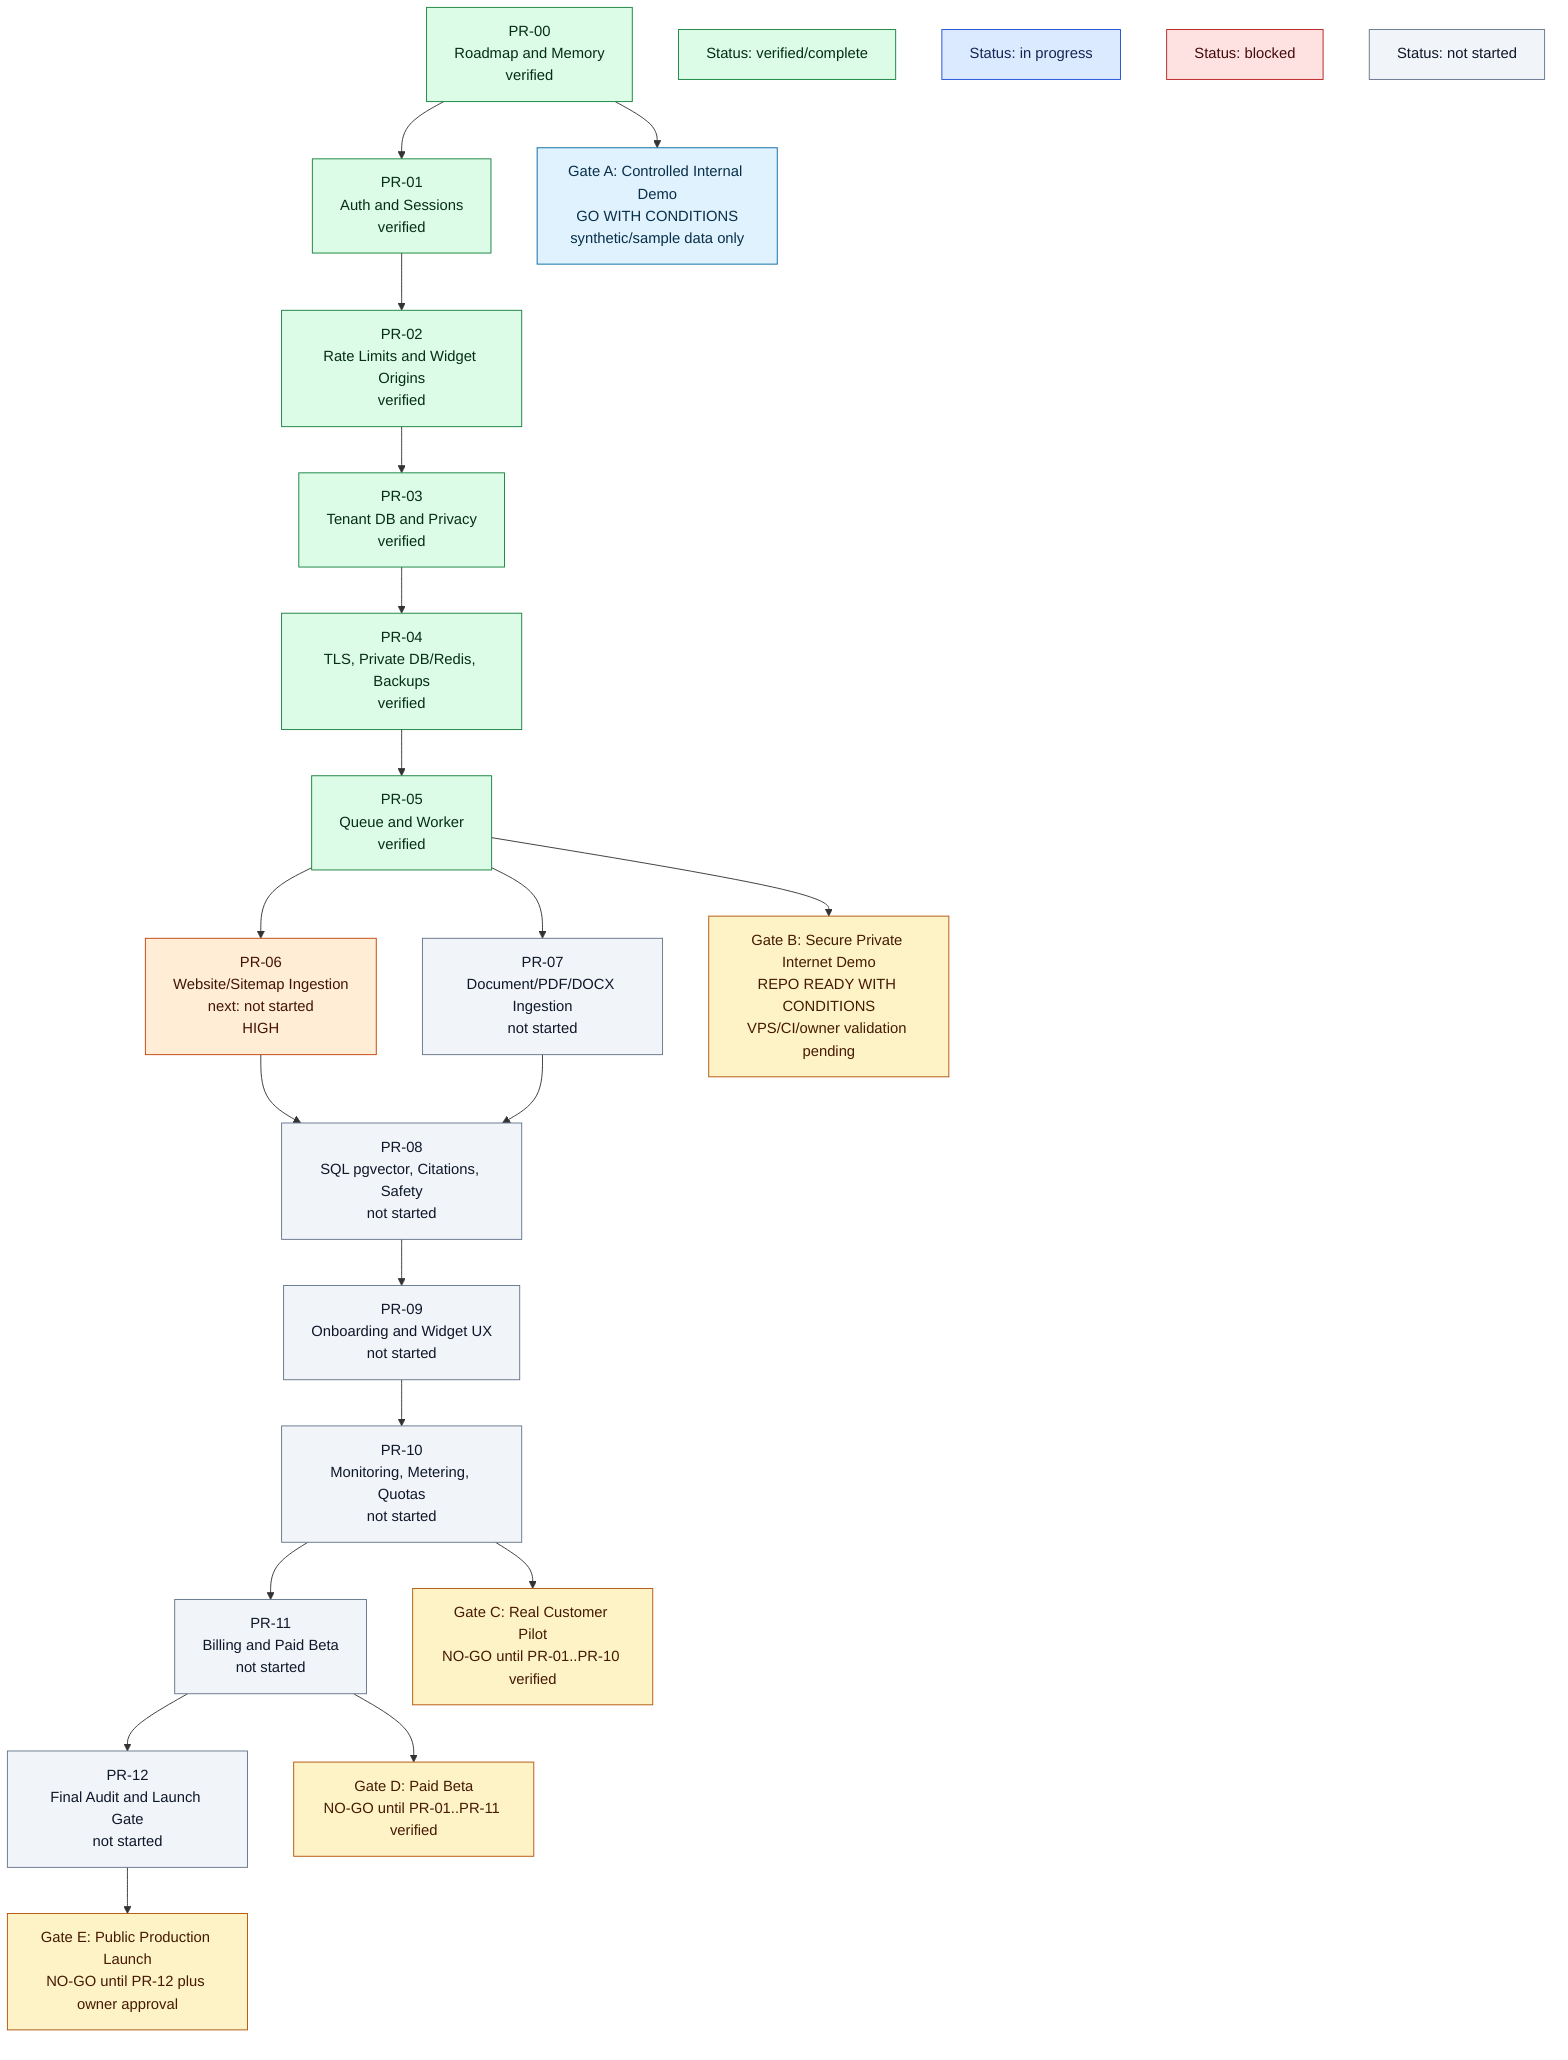
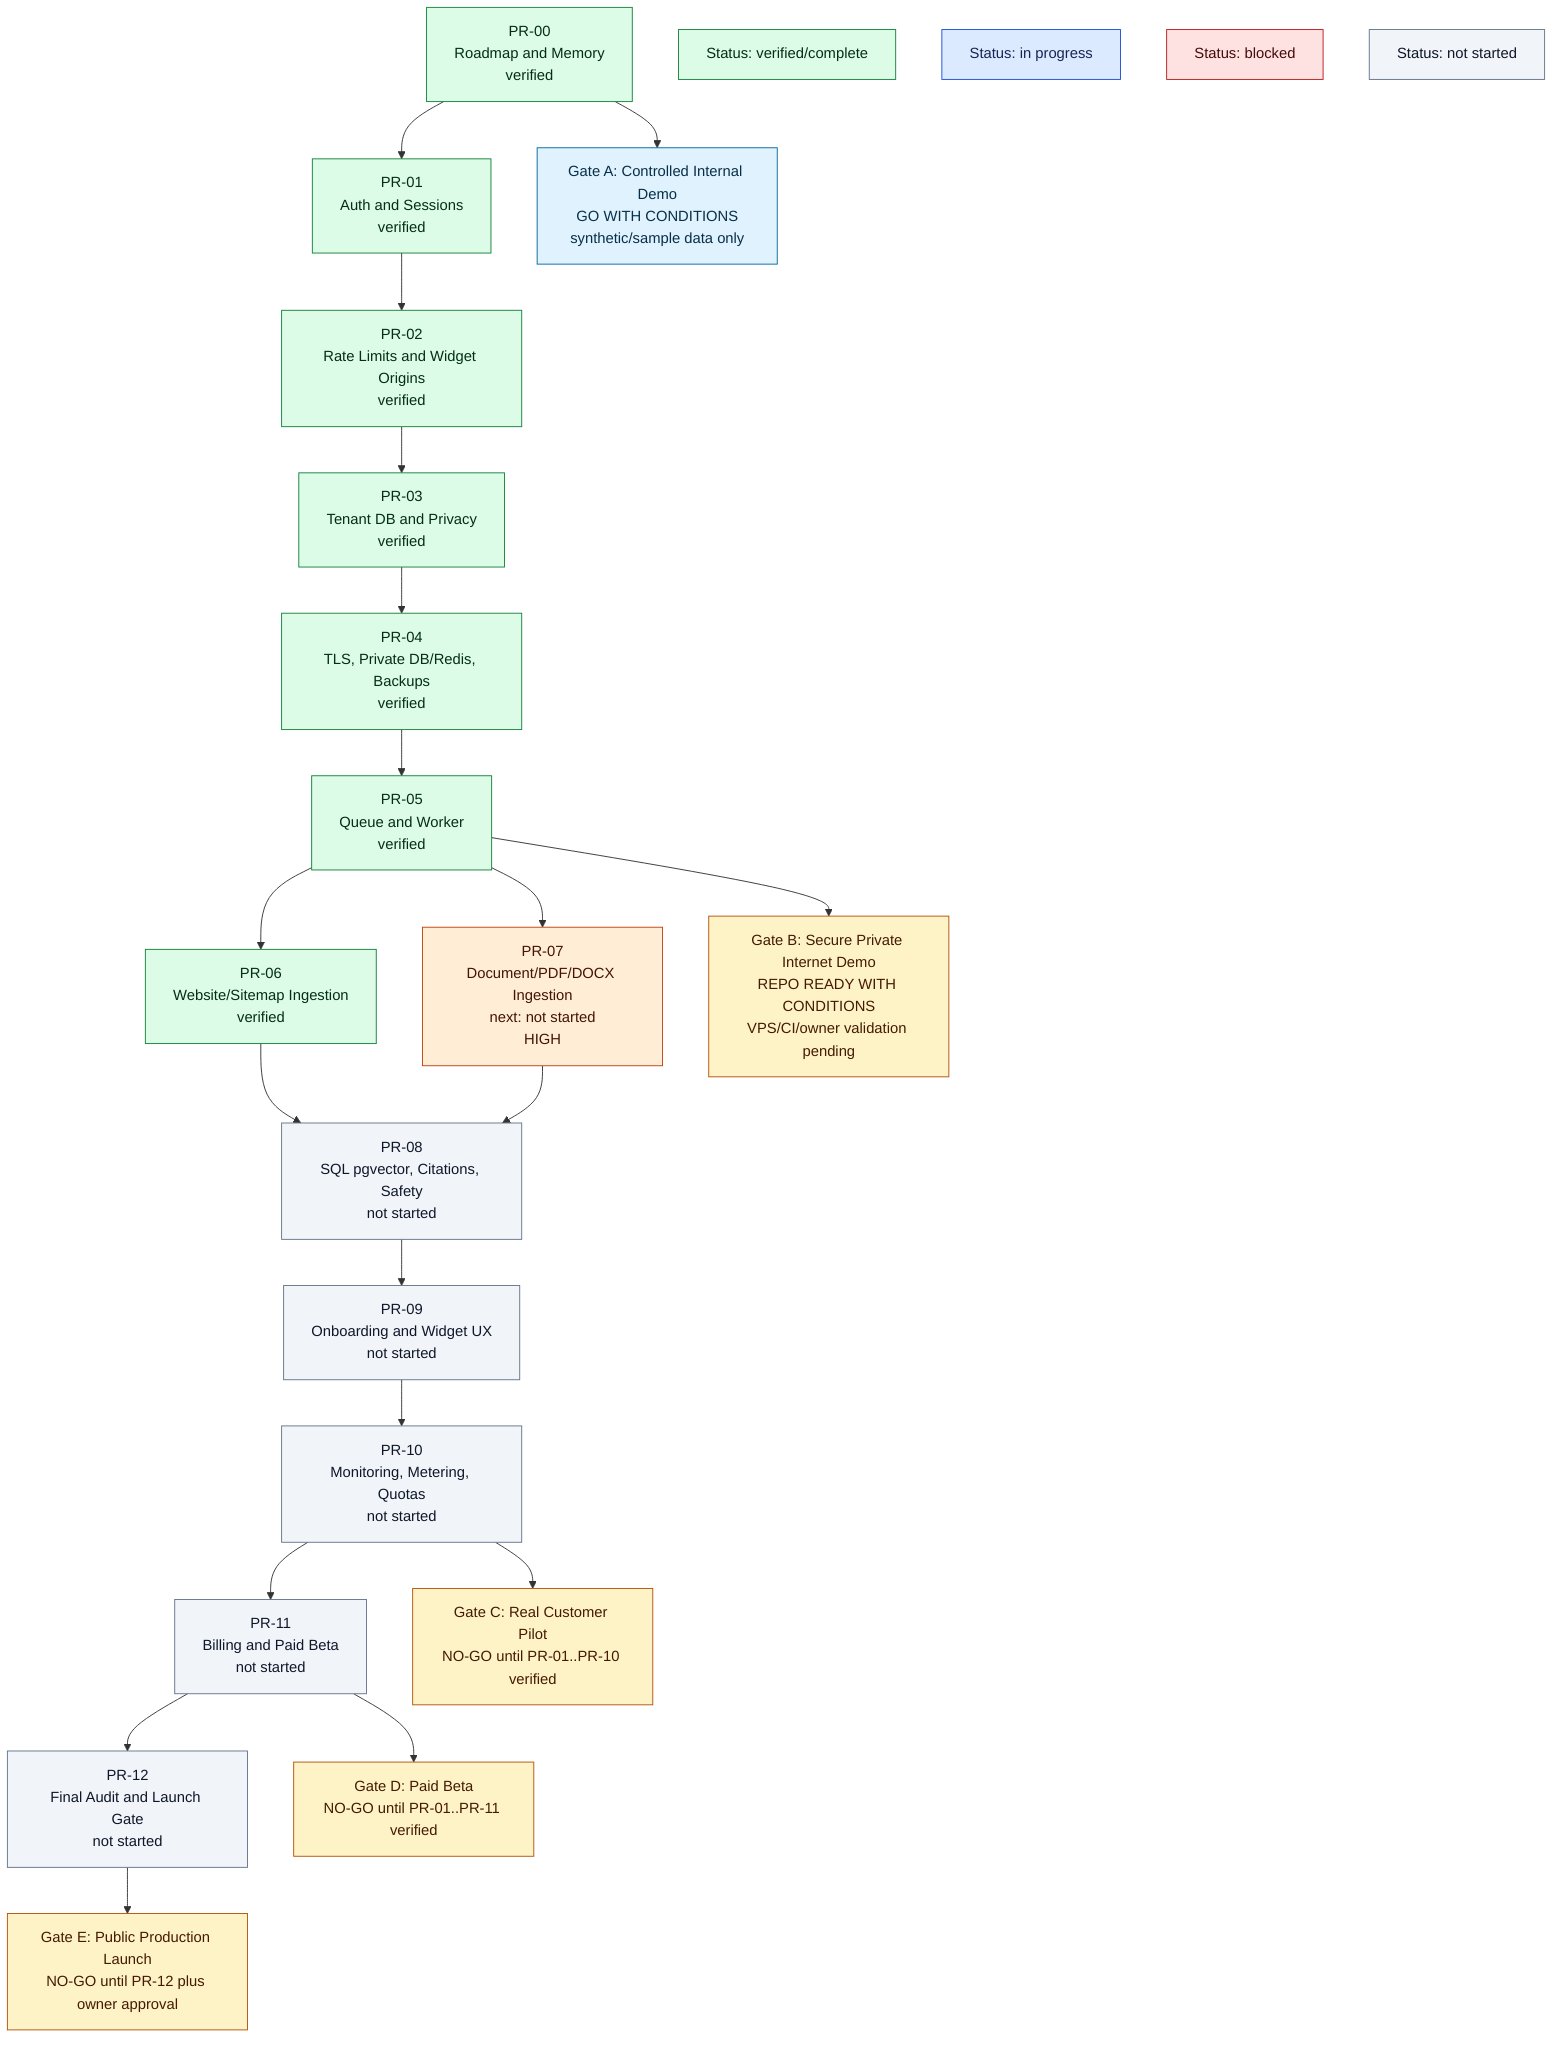
flowchart TB
    PR00["PR-00<br/>Roadmap and Memory<br/>verified"]
    PR01["PR-01<br/>Auth and Sessions<br/>verified"]
    PR02["PR-02<br/>Rate Limits and Widget Origins<br/>verified"]
    PR03["PR-03<br/>Tenant DB and Privacy<br/>verified"]
    PR04["PR-04<br/>TLS, Private DB/Redis, Backups<br/>verified"]
    PR05["PR-05<br/>Queue and Worker<br/>verified"]
-     PR06["PR-06<br/>Website/Sitemap Ingestion<br/>next: not started<br/>HIGH"]
-     PR07["PR-07<br/>Document/PDF/DOCX Ingestion<br/>not started"]
+     PR06["PR-06<br/>Website/Sitemap Ingestion<br/>verified"]
+     PR07["PR-07<br/>Document/PDF/DOCX Ingestion<br/>next: not started<br/>HIGH"]
    PR08["PR-08<br/>SQL pgvector, Citations, Safety<br/>not started"]
    PR09["PR-09<br/>Onboarding and Widget UX<br/>not started"]
    PR10["PR-10<br/>Monitoring, Metering, Quotas<br/>not started"]
    PR11["PR-11<br/>Billing and Paid Beta<br/>not started"]
    PR12["PR-12<br/>Final Audit and Launch Gate<br/>not started"]

    GateA["Gate A: Controlled Internal Demo<br/>GO WITH CONDITIONS<br/>synthetic/sample data only"]
    GateB["Gate B: Secure Private Internet Demo<br/>REPO READY WITH CONDITIONS<br/>VPS/CI/owner validation pending"]
    GateC["Gate C: Real Customer Pilot<br/>NO-GO until PR-01..PR-10 verified"]
    GateD["Gate D: Paid Beta<br/>NO-GO until PR-01..PR-11 verified"]
    GateE["Gate E: Public Production Launch<br/>NO-GO until PR-12 plus owner approval"]
    LegendVerified["Status: verified/complete"]
    LegendProgress["Status: in progress"]
    LegendBlocked["Status: blocked"]
    LegendPending["Status: not started"]

    PR00 --> PR01 --> PR02 --> PR03 --> PR04 --> PR05
    PR05 --> PR06
    PR05 --> PR07
    PR06 --> PR08
    PR07 --> PR08
    PR08 --> PR09 --> PR10 --> PR11 --> PR12
    PR00 --> GateA
    PR05 --> GateB
    PR10 --> GateC
    PR11 --> GateD
    PR12 --> GateE

    classDef verified fill:#dcfce7,stroke:#15803d,color:#052e16
    classDef inProgress fill:#dbeafe,stroke:#1d4ed8,color:#172554
    classDef blocked fill:#fee2e2,stroke:#b91c1c,color:#450a0a
    classDef critical fill:#fee2e2,stroke:#b91c1c,color:#450a0a
    classDef high fill:#ffedd5,stroke:#c2410c,color:#431407
    classDef pending fill:#f1f5f9,stroke:#64748b,color:#0f172a
    classDef gateOk fill:#e0f2fe,stroke:#0369a1,color:#082f49
    classDef gateNo fill:#fef3c7,stroke:#b45309,color:#451a03

-     class PR00,PR01,PR02,PR03,PR04,PR05 verified
-     class PR06 high
-     class PR07,PR08,PR09,PR10,PR11,PR12 pending
+     class PR00,PR01,PR02,PR03,PR04,PR05,PR06 verified
+     class PR07 high
+     class PR08,PR09,PR10,PR11,PR12 pending
    class GateA gateOk
    class GateB,GateC,GateD,GateE gateNo
    class LegendVerified verified
    class LegendProgress inProgress
    class LegendBlocked blocked
    class LegendPending pending
